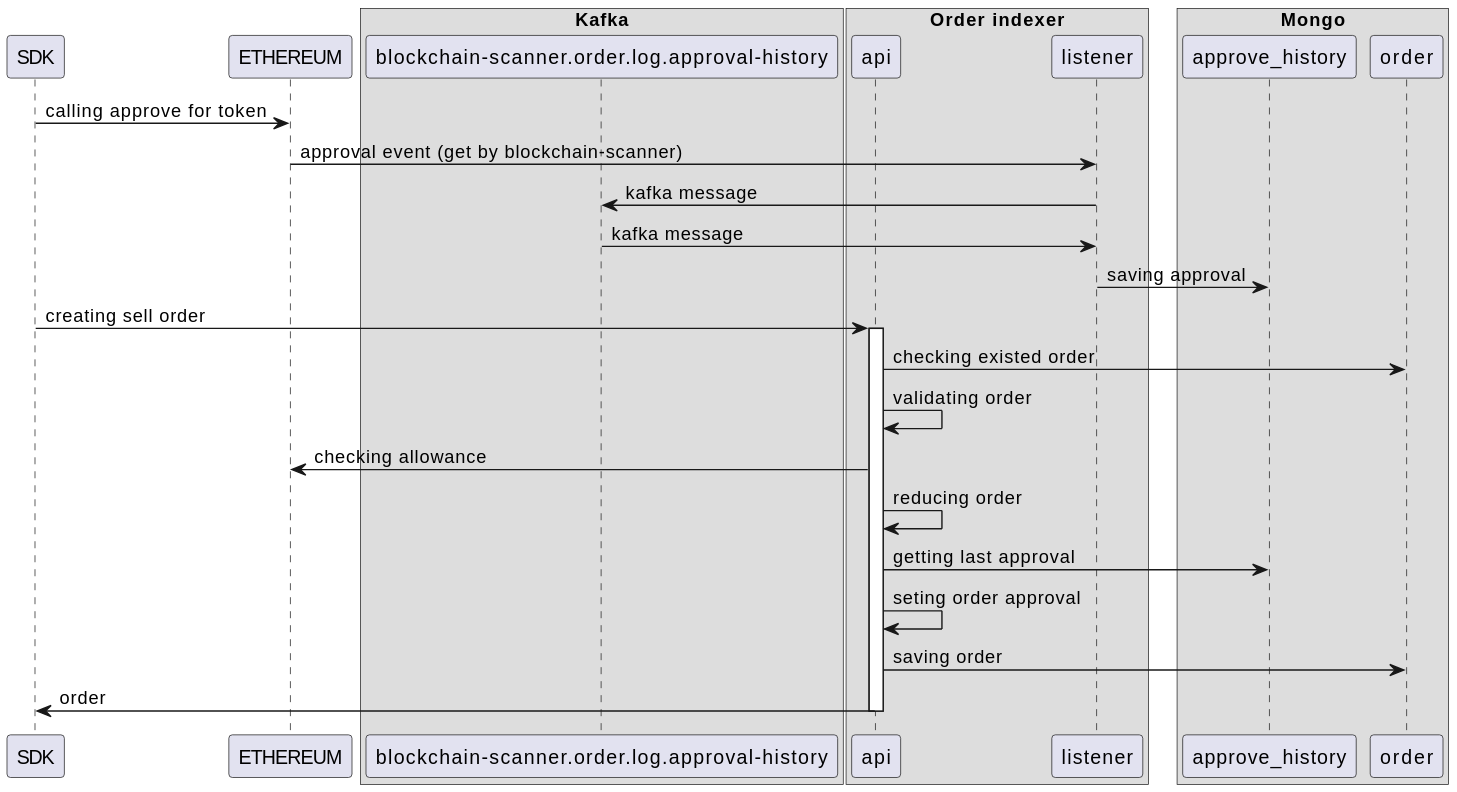
Earlier version of the PlantUML export docs/diagrams/svg/sell_order_creating.svg (rarible/ethereum-indexer-public).
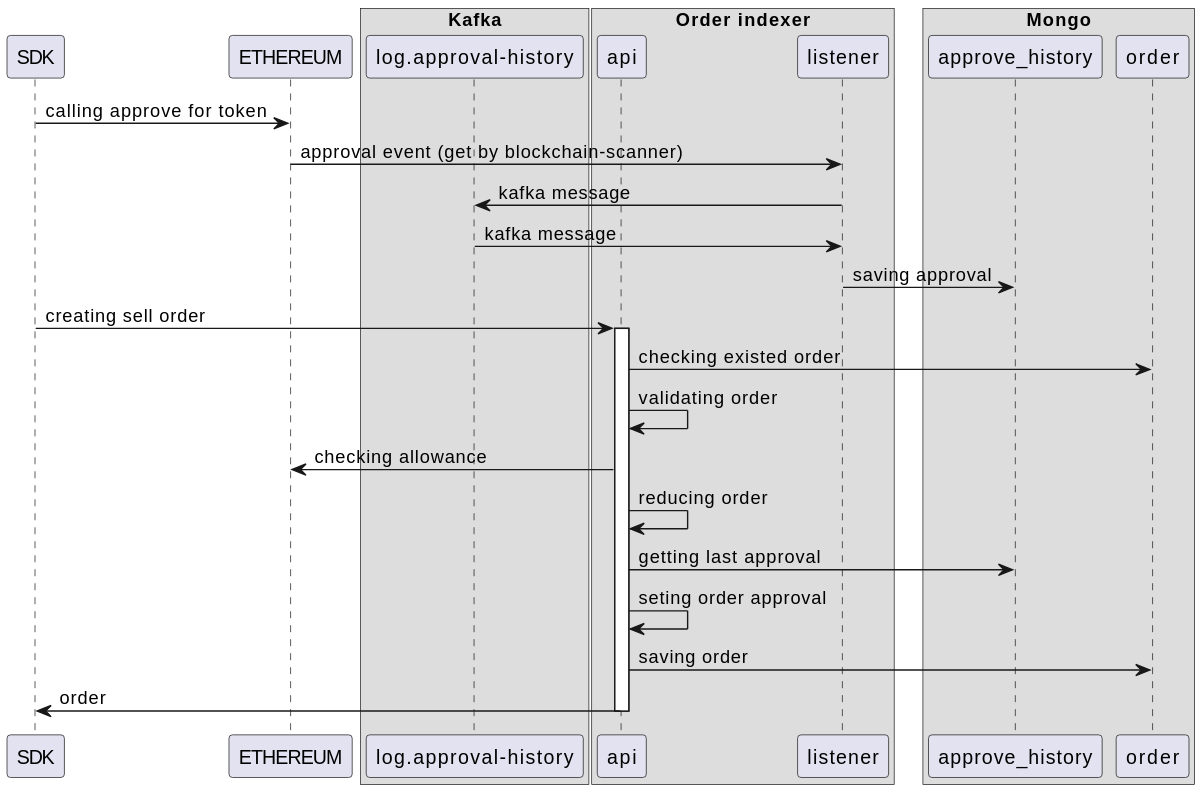
The same diagram one commit later.

Diff of the diagram source:
```diff
@@ -1,8 +1,8 @@
 @startuml
 SDK -> ETHEREUM: calling approve for token
 ETHEREUM -> listener: approval event (get by blockchain-scanner)
-listener -> "blockchain-scanner.order.log.approval-history" : kafka message
-"blockchain-scanner.order.log.approval-history" -> listener: kafka message
+listener -> "log.approval-history" : kafka message
+"log.approval-history" -> listener: kafka message
 listener -> approve_history: saving approval
 SDK -> api: creating sell order
 activate api
@@ -17,7 +17,7 @@
 deactivate api
 
 box "Kafka"
-participant "blockchain-scanner.order.log.approval-history"
+participant "log.approval-history"
 end box
 
 box "Order indexer"
```
